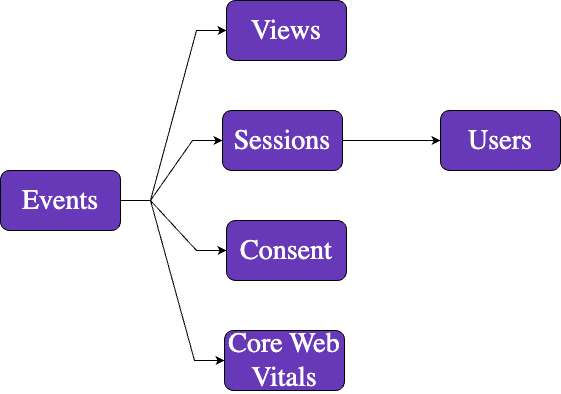
Before: docs/modeling-your-data/modeling-your-data-with-dbt/dbt-models/dbt-unified-data-model/images/unified-process-light.drawio.png, a diagram exported from draw.io (snowplow/documentation). Source tidied: cells renumbered, new cells last; positions are measured from the earlier drawing's top-left corner, leaving out a move shared by most shapes. The source it was exported from:
```xml
<mxGraphModel>
  <root>
    <mxCell id="0" />
    <mxCell id="1" parent="0" />
    <mxCell id="2" style="edgeStyle=entityRelationEdgeStyle;rounded=0;jettySize=auto;html=1;exitX=1;exitY=0.5;exitDx=0;exitDy=0;entryX=0;entryY=0.5;entryDx=0;entryDy=0;fontFamily=Source Sans Pro;fontSource=https%3A%2F%2Ffonts.googleapis.com%2Fcss%3Ffamily%3DSource%2BSans%2BPro;fontSize=28;strokeColor=#000000;fontColor=#FFFFFF;" parent="1" edge="1" source="6" target="9">
      <mxGeometry relative="1" as="geometry" />
    </mxCell>
    <mxCell id="3" style="edgeStyle=entityRelationEdgeStyle;rounded=0;jettySize=auto;html=1;exitX=1;exitY=0.5;exitDx=0;exitDy=0;entryX=0;entryY=0.5;entryDx=0;entryDy=0;fontFamily=Source Sans Pro;fontSource=https%3A%2F%2Ffonts.googleapis.com%2Fcss%3Ffamily%3DSource%2BSans%2BPro;fontSize=28;strokeColor=#000000;fontColor=#FFFFFF;" parent="1" edge="1" source="6" target="8">
      <mxGeometry relative="1" as="geometry" />
    </mxCell>
    <mxCell id="4" style="edgeStyle=entityRelationEdgeStyle;rounded=0;jettySize=auto;html=1;exitX=1;exitY=0.5;exitDx=0;exitDy=0;entryX=0;entryY=0.5;entryDx=0;entryDy=0;fontFamily=Source Sans Pro;fontSource=https%3A%2F%2Ffonts.googleapis.com%2Fcss%3Ffamily%3DSource%2BSans%2BPro;fontSize=28;strokeColor=#000000;fontColor=#FFFFFF;" parent="1" edge="1" source="6" target="11">
      <mxGeometry relative="1" as="geometry" />
    </mxCell>
    <mxCell id="5" style="edgeStyle=entityRelationEdgeStyle;rounded=0;jettySize=auto;html=1;exitX=1;exitY=0.5;exitDx=0;exitDy=0;entryX=0;entryY=0.5;entryDx=0;entryDy=0;elbow=vertical;strokeColor=#000000;" parent="1" edge="1" source="6" target="12">
      <mxGeometry relative="1" as="geometry" />
    </mxCell>
    <mxCell id="6" value="Events" style="rounded=1;whiteSpace=wrap;html=1;fontFamily=Source Sans Pro;fontSource=https%3A%2F%2Ffonts.googleapis.com%2Fcss%3Ffamily%3DSource%2BSans%2BPro;fontSize=28;fontStyle=0;fillColor=#6738B8;fontColor=#FFFFFF;strokeColor=#000000;" parent="1" vertex="1">
      <mxGeometry y="170" width="120" height="60" as="geometry" />
    </mxCell>
    <mxCell id="7" style="edgeStyle=entityRelationEdgeStyle;rounded=0;jettySize=auto;html=1;exitX=1;exitY=0.5;exitDx=0;exitDy=0;fontFamily=Source Sans Pro;fontSource=https%3A%2F%2Ffonts.googleapis.com%2Fcss%3Ffamily%3DSource%2BSans%2BPro;fontSize=28;entryX=0;entryY=0.5;entryDx=0;entryDy=0;strokeColor=#000000;fontColor=#FFFFFF;" parent="1" edge="1" source="8" target="10">
      <mxGeometry relative="1" as="geometry" />
    </mxCell>
    <mxCell id="8" value="Sessions" style="rounded=1;whiteSpace=wrap;html=1;fontFamily=Source Sans Pro;fontSource=https%3A%2F%2Ffonts.googleapis.com%2Fcss%3Ffamily%3DSource%2BSans%2BPro;fontSize=28;fontStyle=0;fillColor=#6738B8;fontColor=#FFFFFF;strokeColor=#000000;" parent="1" vertex="1">
      <mxGeometry x="222" y="110" width="120" height="60" as="geometry" />
    </mxCell>
    <mxCell id="9" value="Views" style="rounded=1;whiteSpace=wrap;html=1;fontFamily=Source Sans Pro;fontSource=https%3A%2F%2Ffonts.googleapis.com%2Fcss%3Ffamily%3DSource%2BSans%2BPro;fontSize=28;fontStyle=0;fillColor=#6738B8;fontColor=#FFFFFF;strokeColor=#000000;" parent="1" vertex="1">
      <mxGeometry x="226" width="120" height="60" as="geometry" />
    </mxCell>
    <mxCell id="10" value="Users" style="rounded=1;whiteSpace=wrap;html=1;fontFamily=Source Sans Pro;fontSource=https%3A%2F%2Ffonts.googleapis.com%2Fcss%3Ffamily%3DSource%2BSans%2BPro;fontSize=28;fontStyle=0;fillColor=#6738B8;fontColor=#FFFFFF;" parent="1" vertex="1">
      <mxGeometry x="440" y="110" width="120" height="60" as="geometry" />
    </mxCell>
    <mxCell id="11" value="Consent" style="rounded=1;whiteSpace=wrap;html=1;fontFamily=Source Sans Pro;fontSource=https%3A%2F%2Ffonts.googleapis.com%2Fcss%3Ffamily%3DSource%2BSans%2BPro;fontSize=28;fontStyle=0;fillColor=#6738B8;fontColor=#FFFFFF;strokeColor=#000000;" parent="1" vertex="1">
      <mxGeometry x="226" y="220" width="120" height="60" as="geometry" />
    </mxCell>
    <mxCell id="12" value="Core Web Vitals" style="rounded=1;whiteSpace=wrap;html=1;fontFamily=Source Sans Pro;fontSource=https%3A%2F%2Ffonts.googleapis.com%2Fcss%3Ffamily%3DSource%2BSans%2BPro;fontSize=28;fontStyle=0;fillColor=#6738B8;fontColor=#FFFFFF;" parent="1" vertex="1">
      <mxGeometry x="224" y="330" width="120" height="60" as="geometry" />
    </mxCell>
  </root>
</mxGraphModel>
```
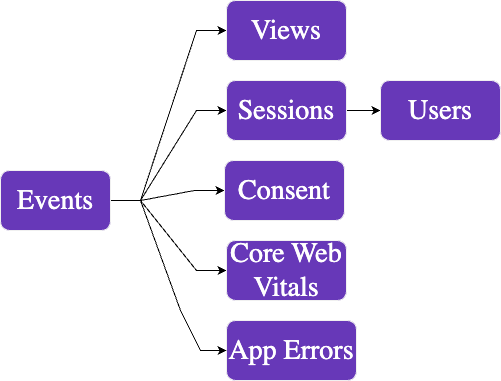
Above is the later version.

What changed in the source:
```diff
@@ -2,38 +2,54 @@
   <root>
     <mxCell id="0" />
     <mxCell id="1" parent="0" />
-    <mxCell id="2" style="edgeStyle=entityRelationEdgeStyle;rounded=0;jettySize=auto;html=1;exitX=1;exitY=0.5;exitDx=0;exitDy=0;entryX=0;entryY=0.5;entryDx=0;entryDy=0;fontFamily=Source Sans Pro;fontSource=https%3A%2F%2Ffonts.googleapis.com%2Fcss%3Ffamily%3DSource%2BSans%2BPro;fontSize=28;strokeColor=#000000;fontColor=#FFFFFF;" parent="1" edge="1" source="6" target="9">
+    <mxCell id="2" style="edgeStyle=entityRelationEdgeStyle;rounded=0;jettySize=auto;html=1;exitX=1;exitY=0.5;exitDx=0;exitDy=0;entryX=0;entryY=0.5;entryDx=0;entryDy=0;fontFamily=Source Sans Pro;fontSource=https%3A%2F%2Ffonts.googleapis.com%2Fcss%3Ffamily%3DSource%2BSans%2BPro;fontSize=28;fontColor=#FFFFFF;strokeColor=#000000;" parent="1" edge="1" source="6" target="9">
       <mxGeometry relative="1" as="geometry" />
     </mxCell>
-    <mxCell id="3" style="edgeStyle=entityRelationEdgeStyle;rounded=0;jettySize=auto;html=1;exitX=1;exitY=0.5;exitDx=0;exitDy=0;entryX=0;entryY=0.5;entryDx=0;entryDy=0;fontFamily=Source Sans Pro;fontSource=https%3A%2F%2Ffonts.googleapis.com%2Fcss%3Ffamily%3DSource%2BSans%2BPro;fontSize=28;strokeColor=#000000;fontColor=#FFFFFF;" parent="1" edge="1" source="6" target="8">
+    <mxCell id="3" style="edgeStyle=entityRelationEdgeStyle;rounded=0;jettySize=auto;html=1;exitX=1;exitY=0.5;exitDx=0;exitDy=0;entryX=0;entryY=0.5;entryDx=0;entryDy=0;fontFamily=Source Sans Pro;fontSource=https%3A%2F%2Ffonts.googleapis.com%2Fcss%3Ffamily%3DSource%2BSans%2BPro;fontSize=28;fontColor=#FFFFFF;strokeColor=#000000;" parent="1" edge="1" source="6" target="8">
       <mxGeometry relative="1" as="geometry" />
     </mxCell>
-    <mxCell id="4" style="edgeStyle=entityRelationEdgeStyle;rounded=0;jettySize=auto;html=1;exitX=1;exitY=0.5;exitDx=0;exitDy=0;entryX=0;entryY=0.5;entryDx=0;entryDy=0;fontFamily=Source Sans Pro;fontSource=https%3A%2F%2Ffonts.googleapis.com%2Fcss%3Ffamily%3DSource%2BSans%2BPro;fontSize=28;strokeColor=#000000;fontColor=#FFFFFF;" parent="1" edge="1" source="6" target="11">
+    <mxCell id="4" style="edgeStyle=entityRelationEdgeStyle;rounded=0;jettySize=auto;html=1;exitX=1;exitY=0.5;exitDx=0;exitDy=0;entryX=0;entryY=0.5;entryDx=0;entryDy=0;fontFamily=Source Sans Pro;fontSource=https%3A%2F%2Ffonts.googleapis.com%2Fcss%3Ffamily%3DSource%2BSans%2BPro;fontSize=28;fontColor=#FFFFFF;strokeColor=#000000;" parent="1" edge="1" source="6" target="11">
       <mxGeometry relative="1" as="geometry" />
     </mxCell>
     <mxCell id="5" style="edgeStyle=entityRelationEdgeStyle;rounded=0;jettySize=auto;html=1;exitX=1;exitY=0.5;exitDx=0;exitDy=0;entryX=0;entryY=0.5;entryDx=0;entryDy=0;elbow=vertical;strokeColor=#000000;" parent="1" edge="1" source="6" target="12">
-      <mxGeometry relative="1" as="geometry" />
+      <mxGeometry relative="1" as="geometry">
+        <Array as="points">
+          <mxPoint x="210" y="340" />
+        </Array>
+      </mxGeometry>
     </mxCell>
-    <mxCell id="6" value="Events" style="rounded=1;whiteSpace=wrap;html=1;fontFamily=Source Sans Pro;fontSource=https%3A%2F%2Ffonts.googleapis.com%2Fcss%3Ffamily%3DSource%2BSans%2BPro;fontSize=28;fontStyle=0;fillColor=#6738B8;fontColor=#FFFFFF;strokeColor=#000000;" parent="1" vertex="1">
-      <mxGeometry y="170" width="120" height="60" as="geometry" />
+    <mxCell id="6" value="Events" style="rounded=1;whiteSpace=wrap;html=1;fontFamily=Source Sans Pro;fontSource=https%3A%2F%2Ffonts.googleapis.com%2Fcss%3Ffamily%3DSource%2BSans%2BPro;fontSize=28;fontStyle=0;fillColor=#6738B8;fontColor=#FFFFFF;" parent="1" vertex="1">
+      <mxGeometry x="-10" y="160" width="110" height="60" as="geometry" />
     </mxCell>
     <mxCell id="7" style="edgeStyle=entityRelationEdgeStyle;rounded=0;jettySize=auto;html=1;exitX=1;exitY=0.5;exitDx=0;exitDy=0;fontFamily=Source Sans Pro;fontSource=https%3A%2F%2Ffonts.googleapis.com%2Fcss%3Ffamily%3DSource%2BSans%2BPro;fontSize=28;entryX=0;entryY=0.5;entryDx=0;entryDy=0;strokeColor=#000000;fontColor=#FFFFFF;" parent="1" edge="1" source="8" target="10">
       <mxGeometry relative="1" as="geometry" />
     </mxCell>
-    <mxCell id="8" value="Sessions" style="rounded=1;whiteSpace=wrap;html=1;fontFamily=Source Sans Pro;fontSource=https%3A%2F%2Ffonts.googleapis.com%2Fcss%3Ffamily%3DSource%2BSans%2BPro;fontSize=28;fontStyle=0;fillColor=#6738B8;fontColor=#FFFFFF;strokeColor=#000000;" parent="1" vertex="1">
-      <mxGeometry x="222" y="110" width="120" height="60" as="geometry" />
+    <mxCell id="8" value="Sessions" style="rounded=1;whiteSpace=wrap;html=1;fontFamily=Source Sans Pro;fontSource=https%3A%2F%2Ffonts.googleapis.com%2Fcss%3Ffamily%3DSource%2BSans%2BPro;fontSize=28;fontStyle=0;fillColor=#6738B8;fontColor=#FFFFFF;" parent="1" vertex="1">
+      <mxGeometry x="216" y="70" width="120" height="60" as="geometry" />
     </mxCell>
-    <mxCell id="9" value="Views" style="rounded=1;whiteSpace=wrap;html=1;fontFamily=Source Sans Pro;fontSource=https%3A%2F%2Ffonts.googleapis.com%2Fcss%3Ffamily%3DSource%2BSans%2BPro;fontSize=28;fontStyle=0;fillColor=#6738B8;fontColor=#FFFFFF;strokeColor=#000000;" parent="1" vertex="1">
-      <mxGeometry x="226" width="120" height="60" as="geometry" />
+    <mxCell id="9" value="Views" style="rounded=1;whiteSpace=wrap;html=1;fontFamily=Source Sans Pro;fontSource=https%3A%2F%2Ffonts.googleapis.com%2Fcss%3Ffamily%3DSource%2BSans%2BPro;fontSize=28;fontStyle=0;fillColor=#6738B8;fontColor=#FFFFFF;" parent="1" vertex="1">
+      <mxGeometry x="216" y="-10" width="120" height="60" as="geometry" />
     </mxCell>
     <mxCell id="10" value="Users" style="rounded=1;whiteSpace=wrap;html=1;fontFamily=Source Sans Pro;fontSource=https%3A%2F%2Ffonts.googleapis.com%2Fcss%3Ffamily%3DSource%2BSans%2BPro;fontSize=28;fontStyle=0;fillColor=#6738B8;fontColor=#FFFFFF;" parent="1" vertex="1">
-      <mxGeometry x="440" y="110" width="120" height="60" as="geometry" />
+      <mxGeometry x="370" y="70" width="120" height="60" as="geometry" />
     </mxCell>
-    <mxCell id="11" value="Consent" style="rounded=1;whiteSpace=wrap;html=1;fontFamily=Source Sans Pro;fontSource=https%3A%2F%2Ffonts.googleapis.com%2Fcss%3Ffamily%3DSource%2BSans%2BPro;fontSize=28;fontStyle=0;fillColor=#6738B8;fontColor=#FFFFFF;strokeColor=#000000;" parent="1" vertex="1">
-      <mxGeometry x="226" y="220" width="120" height="60" as="geometry" />
+    <mxCell id="11" value="Consent" style="rounded=1;whiteSpace=wrap;html=1;fontFamily=Source Sans Pro;fontSource=https%3A%2F%2Ffonts.googleapis.com%2Fcss%3Ffamily%3DSource%2BSans%2BPro;fontSize=28;fontStyle=0;fillColor=#6738B8;fontColor=#FFFFFF;" parent="1" vertex="1">
+      <mxGeometry x="214" y="150" width="120" height="60" as="geometry" />
     </mxCell>
     <mxCell id="12" value="Core Web Vitals" style="rounded=1;whiteSpace=wrap;html=1;fontFamily=Source Sans Pro;fontSource=https%3A%2F%2Ffonts.googleapis.com%2Fcss%3Ffamily%3DSource%2BSans%2BPro;fontSize=28;fontStyle=0;fillColor=#6738B8;fontColor=#FFFFFF;" parent="1" vertex="1">
-      <mxGeometry x="224" y="330" width="120" height="60" as="geometry" />
+      <mxGeometry x="216" y="230" width="120" height="60" as="geometry" />
     </mxCell>
+    <mxCell id="13" value="App Errors" style="rounded=1;whiteSpace=wrap;html=1;fontFamily=Source Sans Pro;fontSource=https%3A%2F%2Ffonts.googleapis.com%2Fcss%3Ffamily%3DSource%2BSans%2BPro;fontSize=28;fontStyle=0;fillColor=#6738B8;fontColor=#FFFFFF;" parent="1" vertex="1">
+      <mxGeometry x="216" y="310" width="130" height="60" as="geometry" />
+    </mxCell>
+    <mxCell id="14" style="endArrow=classic;html=1;rounded=0;entryX=0;entryY=0.5;entryDx=0;entryDy=0;strokeColor=#000000;" parent="1" edge="1" target="13">
+      <mxGeometry relative="1" as="geometry">
+        <mxPoint x="130" y="190" as="sourcePoint" />
+        <Array as="points">
+          <mxPoint x="170" y="300" />
+          <mxPoint x="190" y="340" />
+        </Array>
+      </mxGeometry>
+    </mxCell>
   </root>
 </mxGraphModel>
```
